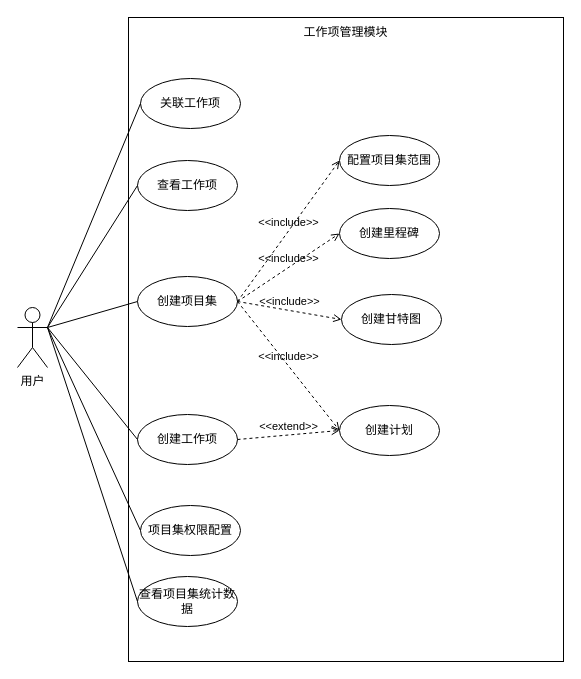
Above: 工作项管理模块用例图.drawio in qf2020/drawio (draw.io), before the change. Source tidied: cells renumbered, new cells numbered last; positions are measured from the earlier drawing's top-left corner, leaving out a move shared by most shapes. Both pictures are drawn from the tidied source at 100%, with x=0, y=0 at pixel (17, 17).
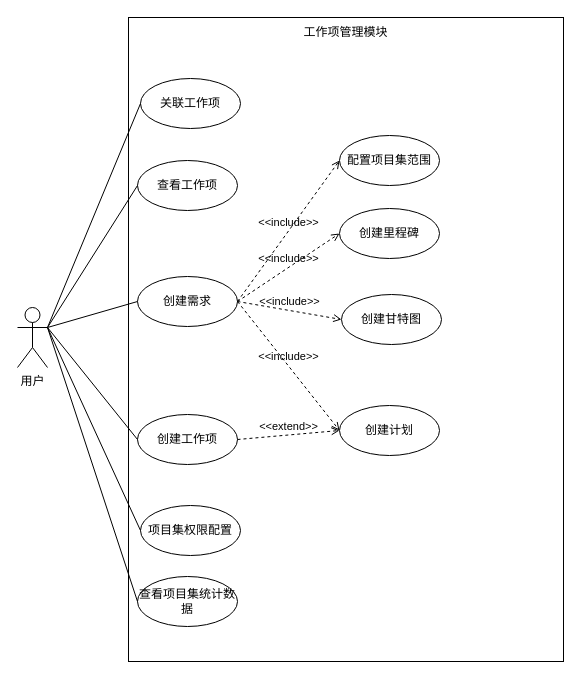
Above is the later version.

Commit message (it also covers changes not shown here):
更新工作项管理模块用例图.drawio

Diff of the diagram source:
```diff
@@
-    <mxCell id="6" value="创建项目集" style="ellipse;whiteSpace=wrap;html=1;" parent="1" vertex="1">
+    <mxCell id="6" value="创建需求" style="ellipse;whiteSpace=wrap;html=1;" parent="1" vertex="1">
       <mxGeometry x="120" y="259" width="100" height="50" as="geometry" />
     </mxCell>
```
